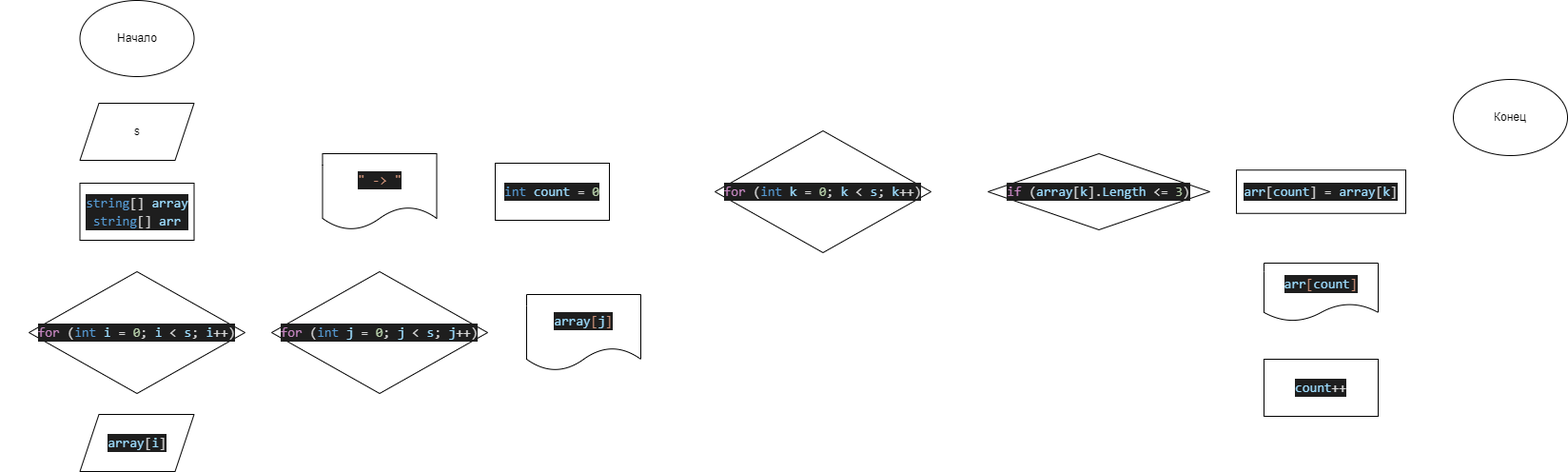
Earlier version of the draw.io export diagram.drawio.png (Ghost845/finalTask). Source tidied: cells renumbered, new cells last; positions are measured from the earlier drawing's top-left corner, leaving out a move shared by most shapes.
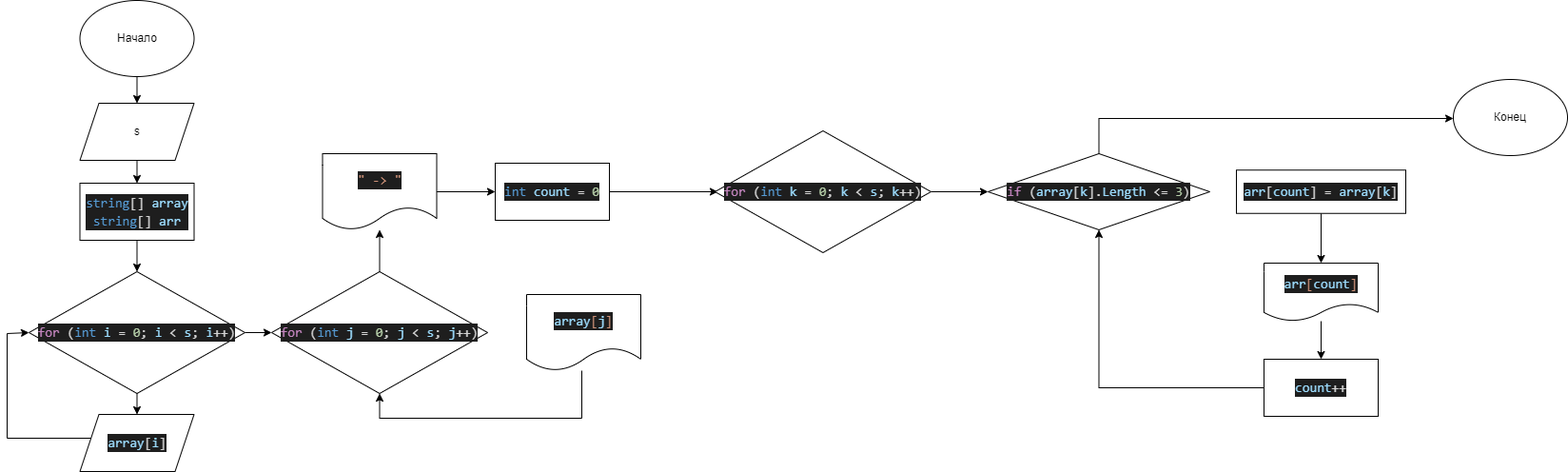
The same file after the commit.

Commit message:
diagram upd2

What changed in the source:
```diff
@@ -1,35 +1,35 @@
-<mxGraphModel background="#FFFFFF" shadow="1">
+<mxGraphModel background="#FFFFFF">
   <root>
     <mxCell id="0" />
     <mxCell id="1" parent="0" />
-    <mxCell id="2" style="edgeStyle=none;html=1;entryX=0.5;entryY=0;entryDx=0;entryDy=0;strokeColor=#FFFFFF;rounded=0;" parent="1" edge="1" source="3" target="5">
+    <mxCell id="2" style="edgeStyle=none;html=1;entryX=0.5;entryY=0;entryDx=0;entryDy=0;strokeColor=#000000;rounded=0;" parent="1" edge="1" source="3" target="5">
       <mxGeometry relative="1" as="geometry" />
     </mxCell>
     <mxCell id="3" value="Начало" style="ellipse;whiteSpace=wrap;html=1;rounded=0;" parent="1" vertex="1">
       <mxGeometry x="76.5" width="120" height="80" as="geometry" />
     </mxCell>
-    <mxCell id="4" style="edgeStyle=none;html=1;strokeColor=#FFFFFF;rounded=0;" parent="1" edge="1" source="5" target="7">
+    <mxCell id="4" style="edgeStyle=none;html=1;strokeColor=#000000;rounded=0;" parent="1" edge="1" source="5" target="7">
       <mxGeometry relative="1" as="geometry" />
     </mxCell>
     <mxCell id="5" value="s" style="shape=parallelogram;perimeter=parallelogramPerimeter;whiteSpace=wrap;html=1;fixedSize=1;rounded=0;" parent="1" vertex="1">
       <mxGeometry x="76.5" y="108" width="120" height="60" as="geometry" />
     </mxCell>
-    <mxCell id="6" style="edgeStyle=orthogonalEdgeStyle;html=1;strokeColor=#FFFFFF;entryX=0.5;entryY=0;entryDx=0;entryDy=0;rounded=0;" parent="1" edge="1" source="7" target="10">
+    <mxCell id="6" style="edgeStyle=orthogonalEdgeStyle;html=1;strokeColor=#000000;entryX=0.5;entryY=0;entryDx=0;entryDy=0;rounded=0;" parent="1" edge="1" source="7" target="10">
       <mxGeometry relative="1" as="geometry" />
     </mxCell>
     <mxCell id="7" value="&lt;div style=&quot;color: rgb(212 , 212 , 212) ; background-color: rgb(30 , 30 , 30) ; font-family: &amp;#34;consolas&amp;#34; , &amp;#34;courier new&amp;#34; , monospace ; font-size: 14px ; line-height: 19px&quot;&gt;&lt;span style=&quot;color: #569cd6&quot;&gt;string&lt;/span&gt;[] &lt;span style=&quot;color: #9cdcfe&quot;&gt;array&lt;/span&gt;&lt;/div&gt;&lt;div style=&quot;color: rgb(212 , 212 , 212) ; background-color: rgb(30 , 30 , 30) ; font-family: &amp;#34;consolas&amp;#34; , &amp;#34;courier new&amp;#34; , monospace ; font-size: 14px ; line-height: 19px&quot;&gt;&lt;div style=&quot;line-height: 19px&quot;&gt;&lt;span style=&quot;color: #569cd6&quot;&gt;string&lt;/span&gt;[] &lt;span style=&quot;color: #9cdcfe&quot;&gt;arr&lt;/span&gt;&lt;/div&gt;&lt;/div&gt;" style="whiteSpace=wrap;html=1;rounded=0;" parent="1" vertex="1">
       <mxGeometry x="76.5" y="192" width="120" height="60" as="geometry" />
     </mxCell>
-    <mxCell id="8" style="edgeStyle=none;html=1;strokeColor=#FFFFFF;rounded=0;" parent="1" edge="1" source="10" target="12">
+    <mxCell id="8" style="edgeStyle=none;html=1;strokeColor=#000000;rounded=0;" parent="1" edge="1" source="10" target="12">
       <mxGeometry relative="1" as="geometry" />
     </mxCell>
-    <mxCell id="9" style="edgeStyle=orthogonalEdgeStyle;html=1;entryX=0;entryY=0.5;entryDx=0;entryDy=0;strokeColor=#FFFFFF;rounded=0;" parent="1" edge="1" source="10" target="15">
+    <mxCell id="9" style="edgeStyle=orthogonalEdgeStyle;html=1;entryX=0;entryY=0.5;entryDx=0;entryDy=0;strokeColor=#000000;rounded=0;" parent="1" edge="1" source="10" target="15">
       <mxGeometry relative="1" as="geometry" />
     </mxCell>
     <mxCell id="10" value="&lt;div style=&quot;color: rgb(212 , 212 , 212) ; background-color: rgb(30 , 30 , 30) ; font-family: &amp;#34;consolas&amp;#34; , &amp;#34;courier new&amp;#34; , monospace ; font-size: 14px ; line-height: 19px&quot;&gt;&lt;span style=&quot;color: #c586c0&quot;&gt;for&lt;/span&gt; (&lt;span style=&quot;color: #569cd6&quot;&gt;int&lt;/span&gt; &lt;span style=&quot;color: #9cdcfe&quot;&gt;i&lt;/span&gt; = &lt;span style=&quot;color: #b5cea8&quot;&gt;0&lt;/span&gt;; &lt;span style=&quot;color: #9cdcfe&quot;&gt;i&lt;/span&gt; &amp;lt; &lt;span style=&quot;color: #9cdcfe&quot;&gt;s&lt;/span&gt;; &lt;span style=&quot;color: #9cdcfe&quot;&gt;i&lt;/span&gt;++)&lt;/div&gt;" style="rhombus;whiteSpace=wrap;html=1;rounded=0;" parent="1" vertex="1">
       <mxGeometry x="23" y="285" width="227" height="128" as="geometry" />
     </mxCell>
-    <mxCell id="11" style="edgeStyle=orthogonalEdgeStyle;html=1;entryX=0;entryY=0.5;entryDx=0;entryDy=0;strokeColor=#FFFFFF;rounded=0;" parent="1" edge="1" source="12" target="10">
+    <mxCell id="11" style="edgeStyle=orthogonalEdgeStyle;html=1;entryX=0;entryY=0.5;entryDx=0;entryDy=0;strokeColor=#000000;rounded=0;" parent="1" edge="1" source="12" target="10">
       <mxGeometry relative="1" as="geometry">
         <Array as="points">
           <mxPoint y="460" />
@@ -43,13 +43,13 @@
     <mxCell id="13" style="edgeStyle=orthogonalEdgeStyle;html=1;strokeColor=#FFFFFF;rounded=0;" parent="1" edge="1" source="15" target="17">
       <mxGeometry relative="1" as="geometry" />
     </mxCell>
-    <mxCell id="14" style="edgeStyle=orthogonalEdgeStyle;html=1;strokeColor=#FFFFFF;rounded=0;" parent="1" edge="1" source="15" target="19">
+    <mxCell id="14" style="edgeStyle=orthogonalEdgeStyle;html=1;strokeColor=#000000;rounded=0;" parent="1" edge="1" source="15" target="19">
       <mxGeometry relative="1" as="geometry" />
     </mxCell>
     <mxCell id="15" value="&lt;div style=&quot;color: rgb(212 , 212 , 212) ; background-color: rgb(30 , 30 , 30) ; font-family: &amp;#34;consolas&amp;#34; , &amp;#34;courier new&amp;#34; , monospace ; font-size: 14px ; line-height: 19px&quot;&gt;&lt;div style=&quot;font-family: &amp;#34;consolas&amp;#34; , &amp;#34;courier new&amp;#34; , monospace ; line-height: 19px&quot;&gt;&lt;span style=&quot;color: #c586c0&quot;&gt;for&lt;/span&gt; (&lt;span style=&quot;color: #569cd6&quot;&gt;int&lt;/span&gt; &lt;span style=&quot;color: #9cdcfe&quot;&gt;j&lt;/span&gt; = &lt;span style=&quot;color: #b5cea8&quot;&gt;0&lt;/span&gt;; &lt;span style=&quot;color: #9cdcfe&quot;&gt;j&lt;/span&gt; &amp;lt; &lt;span style=&quot;color: #9cdcfe&quot;&gt;s&lt;/span&gt;; &lt;span style=&quot;color: #9cdcfe&quot;&gt;j&lt;/span&gt;++)&lt;/div&gt;&lt;/div&gt;" style="rhombus;whiteSpace=wrap;html=1;rounded=0;" parent="1" vertex="1">
       <mxGeometry x="278" y="285" width="227" height="128" as="geometry" />
     </mxCell>
-    <mxCell id="16" style="edgeStyle=orthogonalEdgeStyle;html=1;entryX=0.5;entryY=1;entryDx=0;entryDy=0;strokeColor=#FFFFFF;rounded=0;" parent="1" edge="1" source="17" target="15">
+    <mxCell id="16" style="edgeStyle=orthogonalEdgeStyle;html=1;entryX=0.5;entryY=1;entryDx=0;entryDy=0;strokeColor=#000000;rounded=0;" parent="1" edge="1" source="17" target="15">
       <mxGeometry relative="1" as="geometry">
         <Array as="points">
           <mxPoint x="604" y="439" />
@@ -60,13 +60,13 @@
     <mxCell id="17" value="&lt;div style=&quot;color: rgb(212 , 212 , 212) ; background-color: rgb(30 , 30 , 30) ; font-family: &amp;#34;consolas&amp;#34; , &amp;#34;courier new&amp;#34; , monospace ; font-size: 14px ; line-height: 19px&quot;&gt;&lt;span style=&quot;color: #9cdcfe&quot;&gt;array&lt;/span&gt;&lt;span style=&quot;color: #ce9178&quot;&gt;[&lt;/span&gt;&lt;span style=&quot;color: #9cdcfe&quot;&gt;j&lt;/span&gt;&lt;span style=&quot;color: #ce9178&quot;&gt;]&lt;/span&gt;&lt;/div&gt;" style="shape=document;whiteSpace=wrap;html=1;boundedLbl=1;rounded=0;" parent="1" vertex="1">
       <mxGeometry x="546" y="309" width="120" height="80" as="geometry" />
     </mxCell>
-    <mxCell id="18" style="edgeStyle=orthogonalEdgeStyle;html=1;strokeColor=#FFFFFF;rounded=0;" parent="1" edge="1" source="19" target="21">
+    <mxCell id="18" style="edgeStyle=orthogonalEdgeStyle;html=1;strokeColor=#000000;rounded=0;" parent="1" edge="1" source="19" target="21">
       <mxGeometry relative="1" as="geometry" />
     </mxCell>
     <mxCell id="19" value="&lt;div style=&quot;color: rgb(212 , 212 , 212) ; background-color: rgb(30 , 30 , 30) ; font-family: &amp;#34;consolas&amp;#34; , &amp;#34;courier new&amp;#34; , monospace ; font-size: 14px ; line-height: 19px&quot;&gt;&lt;span style=&quot;color: #ce9178&quot;&gt;&quot; -&amp;gt; &quot;&lt;/span&gt;&lt;/div&gt;" style="shape=document;whiteSpace=wrap;html=1;boundedLbl=1;rounded=0;" parent="1" vertex="1">
       <mxGeometry x="331.5" y="161" width="120" height="80" as="geometry" />
     </mxCell>
-    <mxCell id="20" style="edgeStyle=orthogonalEdgeStyle;html=1;strokeColor=#FFFFFF;rounded=0;" parent="1" edge="1" source="21">
+    <mxCell id="20" style="edgeStyle=orthogonalEdgeStyle;html=1;strokeColor=#000000;rounded=0;" parent="1" edge="1" source="21">
       <mxGeometry relative="1" as="geometry">
         <mxPoint x="747" y="201" as="targetPoint" />
       </mxGeometry>
@@ -74,7 +74,7 @@
     <mxCell id="21" value="&lt;div style=&quot;color: rgb(212 , 212 , 212) ; background-color: rgb(30 , 30 , 30) ; font-family: &amp;#34;consolas&amp;#34; , &amp;#34;courier new&amp;#34; , monospace ; font-size: 14px ; line-height: 19px&quot;&gt;&lt;span style=&quot;color: #569cd6&quot;&gt;int&lt;/span&gt; &lt;span style=&quot;color: #9cdcfe&quot;&gt;count&lt;/span&gt; = &lt;span style=&quot;color: #b5cea8&quot;&gt;0&lt;/span&gt;&lt;/div&gt;" style="rounded=0;whiteSpace=wrap;html=1;" parent="1" vertex="1">
       <mxGeometry x="513" y="171" width="120" height="60" as="geometry" />
     </mxCell>
-    <mxCell id="22" style="edgeStyle=orthogonalEdgeStyle;html=1;strokeColor=#FFFFFF;rounded=0;" parent="1" edge="1" source="23" target="26">
+    <mxCell id="22" style="edgeStyle=orthogonalEdgeStyle;html=1;strokeColor=#000000;rounded=0;" parent="1" edge="1" source="23" target="26">
       <mxGeometry relative="1" as="geometry" />
     </mxCell>
     <mxCell id="23" value="&lt;div style=&quot;color: rgb(212 , 212 , 212) ; background-color: rgb(30 , 30 , 30) ; font-family: &amp;#34;consolas&amp;#34; , &amp;#34;courier new&amp;#34; , monospace ; font-size: 14px ; line-height: 19px&quot;&gt;&lt;div style=&quot;font-family: &amp;#34;consolas&amp;#34; , &amp;#34;courier new&amp;#34; , monospace ; line-height: 19px&quot;&gt;&lt;div style=&quot;font-family: &amp;#34;consolas&amp;#34; , &amp;#34;courier new&amp;#34; , monospace ; line-height: 19px&quot;&gt;&lt;span style=&quot;color: #c586c0&quot;&gt;for&lt;/span&gt; (&lt;span style=&quot;color: #569cd6&quot;&gt;int&lt;/span&gt; &lt;span style=&quot;color: #9cdcfe&quot;&gt;k&lt;/span&gt; = &lt;span style=&quot;color: #b5cea8&quot;&gt;0&lt;/span&gt;; &lt;span style=&quot;color: #9cdcfe&quot;&gt;k&lt;/span&gt; &amp;lt; &lt;span style=&quot;color: #9cdcfe&quot;&gt;s&lt;/span&gt;; &lt;span style=&quot;color: #9cdcfe&quot;&gt;k&lt;/span&gt;++)&lt;/div&gt;&lt;/div&gt;&lt;/div&gt;" style="rhombus;whiteSpace=wrap;html=1;rounded=0;" parent="1" vertex="1">
@@ -83,7 +83,7 @@
     <mxCell id="24" style="edgeStyle=orthogonalEdgeStyle;html=1;strokeColor=#FFFFFF;rounded=0;" parent="1" edge="1" source="26" target="28">
       <mxGeometry relative="1" as="geometry" />
     </mxCell>
-    <mxCell id="25" style="edgeStyle=orthogonalEdgeStyle;html=1;strokeColor=#FFFFFF;rounded=0;" parent="1" edge="1" source="26" target="33">
+    <mxCell id="25" style="edgeStyle=orthogonalEdgeStyle;html=1;strokeColor=#000000;rounded=0;" parent="1" edge="1" source="26" target="33">
       <mxGeometry relative="1" as="geometry">
         <Array as="points">
           <mxPoint x="1148" y="124" />
@@ -94,19 +94,19 @@
     <mxCell id="26" value="&lt;div style=&quot;color: rgb(212 , 212 , 212) ; background-color: rgb(30 , 30 , 30) ; font-family: &amp;#34;consolas&amp;#34; , &amp;#34;courier new&amp;#34; , monospace ; font-size: 14px ; line-height: 19px&quot;&gt;&lt;span style=&quot;color: #c586c0&quot;&gt;if&lt;/span&gt; (&lt;span style=&quot;color: #9cdcfe&quot;&gt;array&lt;/span&gt;[&lt;span style=&quot;color: #9cdcfe&quot;&gt;k&lt;/span&gt;].&lt;span style=&quot;color: #9cdcfe&quot;&gt;Length&lt;/span&gt; &amp;lt;= &lt;span style=&quot;color: #b5cea8&quot;&gt;3&lt;/span&gt;)&lt;/div&gt;" style="rhombus;whiteSpace=wrap;html=1;rounded=0;" parent="1" vertex="1">
       <mxGeometry x="1031" y="161" width="233" height="80" as="geometry" />
     </mxCell>
-    <mxCell id="27" style="edgeStyle=orthogonalEdgeStyle;html=1;strokeColor=#FFFFFF;rounded=0;" parent="1" edge="1" source="28" target="30">
+    <mxCell id="27" style="edgeStyle=orthogonalEdgeStyle;html=1;strokeColor=#000000;rounded=0;" parent="1" edge="1" source="28" target="30">
       <mxGeometry relative="1" as="geometry" />
     </mxCell>
     <mxCell id="28" value="&lt;div style=&quot;color: rgb(212 , 212 , 212) ; background-color: rgb(30 , 30 , 30) ; font-family: &amp;#34;consolas&amp;#34; , &amp;#34;courier new&amp;#34; , monospace ; font-size: 14px ; line-height: 19px&quot;&gt;&lt;span style=&quot;color: #9cdcfe&quot;&gt;arr&lt;/span&gt;[&lt;span style=&quot;color: #9cdcfe&quot;&gt;count&lt;/span&gt;] = &lt;span style=&quot;color: #9cdcfe&quot;&gt;array&lt;/span&gt;[&lt;span style=&quot;color: #9cdcfe&quot;&gt;k&lt;/span&gt;]&lt;/div&gt;" style="whiteSpace=wrap;html=1;rounded=0;" parent="1" vertex="1">
       <mxGeometry x="1292" y="178.2" width="178" height="45.5" as="geometry" />
     </mxCell>
-    <mxCell id="29" style="edgeStyle=orthogonalEdgeStyle;html=1;strokeColor=#FFFFFF;rounded=0;" parent="1" edge="1" source="30" target="32">
+    <mxCell id="29" style="edgeStyle=orthogonalEdgeStyle;html=1;strokeColor=#000000;rounded=0;" parent="1" edge="1" source="30" target="32">
       <mxGeometry relative="1" as="geometry" />
     </mxCell>
     <mxCell id="30" value="&lt;div style=&quot;color: rgb(212 , 212 , 212) ; background-color: rgb(30 , 30 , 30) ; font-family: &amp;#34;consolas&amp;#34; , &amp;#34;courier new&amp;#34; , monospace ; font-size: 14px ; line-height: 19px&quot;&gt;&lt;span style=&quot;color: #9cdcfe&quot;&gt;arr&lt;/span&gt;&lt;span style=&quot;color: #ce9178&quot;&gt;[&lt;/span&gt;&lt;span style=&quot;color: #9cdcfe&quot;&gt;count&lt;/span&gt;&lt;span style=&quot;color: #ce9178&quot;&gt;]&lt;/span&gt;&lt;/div&gt;" style="shape=document;whiteSpace=wrap;html=1;boundedLbl=1;rounded=0;" parent="1" vertex="1">
       <mxGeometry x="1321" y="276" width="120" height="61" as="geometry" />
     </mxCell>
-    <mxCell id="31" style="edgeStyle=orthogonalEdgeStyle;html=1;entryX=0.5;entryY=1;entryDx=0;entryDy=0;strokeColor=#FFFFFF;rounded=0;" parent="1" edge="1" source="32" target="26">
+    <mxCell id="31" style="edgeStyle=orthogonalEdgeStyle;html=1;entryX=0.5;entryY=1;entryDx=0;entryDy=0;strokeColor=#000000;rounded=0;" parent="1" edge="1" source="32" target="26">
       <mxGeometry relative="1" as="geometry" />
     </mxCell>
     <mxCell id="32" value="&lt;div style=&quot;color: rgb(212 , 212 , 212) ; background-color: rgb(30 , 30 , 30) ; font-family: &amp;#34;consolas&amp;#34; , &amp;#34;courier new&amp;#34; , monospace ; font-size: 14px ; line-height: 19px&quot;&gt;&lt;span style=&quot;color: #9cdcfe&quot;&gt;count&lt;/span&gt;++&lt;/div&gt;" style="whiteSpace=wrap;html=1;rounded=0;" parent="1" vertex="1">
```
